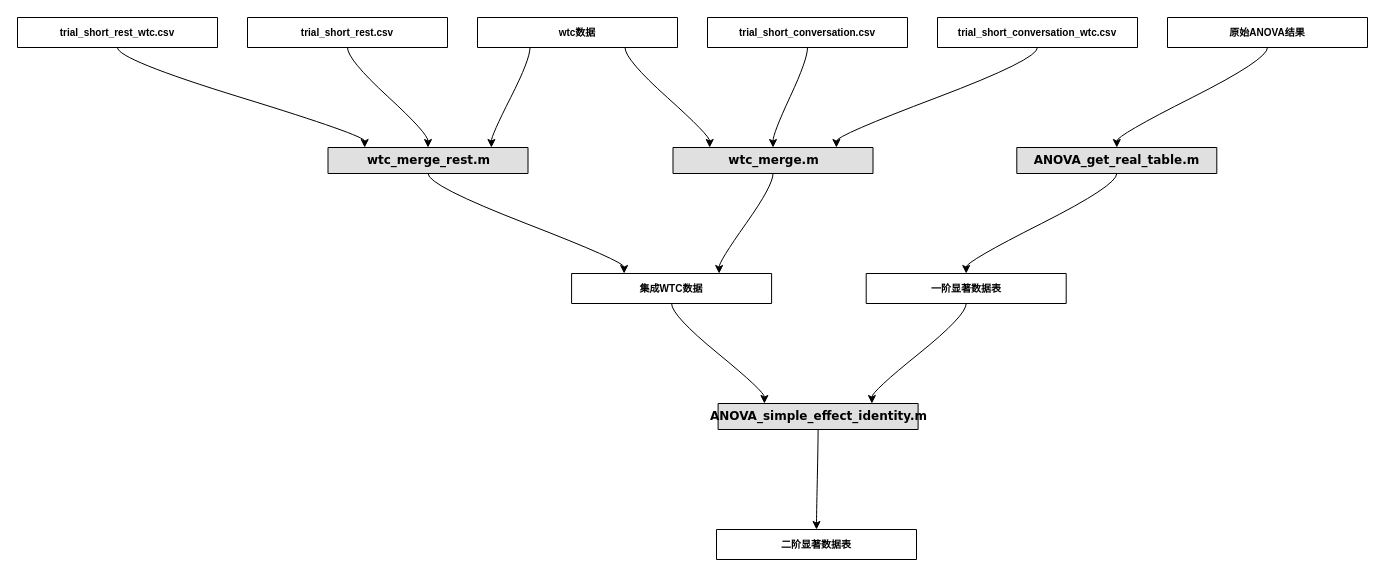
Earlier version of the draw.io diagram Untitled Diagram.drawio (manipulative/_Images). Source tidied: cells renumbered, new cells numbered last; positions are measured from the earlier drawing's top-left corner, leaving out a move shared by most shapes. Both pictures are drawn from the tidied source at 100%, with x=0, y=0 at pixel (17, 17).
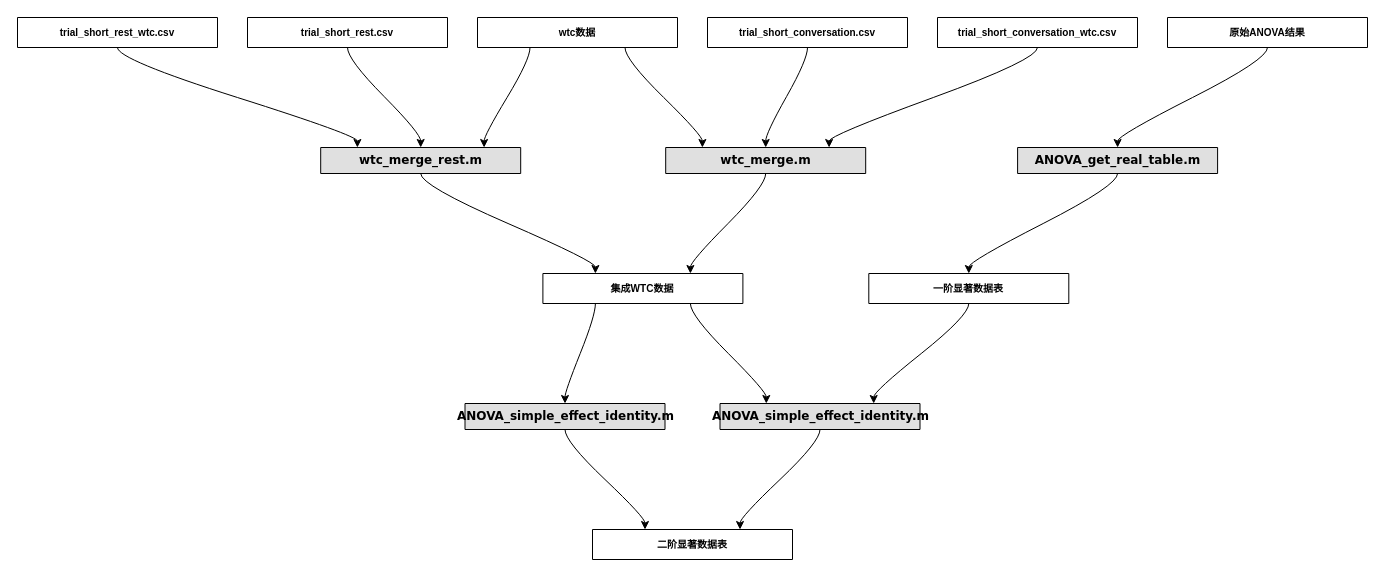
The same diagram, later.

The change refers to these unchanged cells:
```xml
<mxCell id="6" value="wtc数据" style="swimlane;fontStyle=1;horizontal=1;startSize=30;swimlaneLine=1;glass=0;sketch=0;shadow=0;gradientColor=none;swimlaneFillColor=none;whiteSpace=wrap;fontSize=10;html=0;" parent="1" vertex="1" collapsed="1">
  <mxGeometry x="460" width="200" height="30" as="geometry" />
</mxCell>
<mxCell id="8" value="trial_short_rest_wtc.csv" style="swimlane;fontStyle=1;horizontal=1;startSize=30;swimlaneLine=1;glass=0;sketch=0;shadow=0;gradientColor=none;swimlaneFillColor=none;whiteSpace=wrap;fontSize=10;" parent="1" vertex="1" collapsed="1">
  <mxGeometry width="200" height="30" as="geometry" />
</mxCell>
<mxCell id="10" value="trial_short_conversation.csv" style="swimlane;fontStyle=1;horizontal=1;startSize=30;swimlaneLine=1;glass=0;sketch=0;shadow=0;gradientColor=none;swimlaneFillColor=none;whiteSpace=wrap;fontSize=10;html=0;" parent="1" vertex="1" collapsed="1">
  <mxGeometry x="690" width="200" height="30" as="geometry" />
</mxCell>
<mxCell id="12" value="trial_short_rest.csv" style="swimlane;fontStyle=1;horizontal=1;startSize=30;swimlaneLine=1;glass=0;sketch=0;shadow=0;gradientColor=none;swimlaneFillColor=none;whiteSpace=wrap;fontSize=10;html=0;" parent="1" vertex="1" collapsed="1">
  <mxGeometry x="230" width="200" height="30" as="geometry" />
</mxCell>
<mxCell id="14" value="trial_short_conversation_wtc.csv" style="swimlane;fontStyle=1;horizontal=1;startSize=30;swimlaneLine=1;glass=0;sketch=0;shadow=0;gradientColor=none;swimlaneFillColor=none;whiteSpace=wrap;fontSize=10;html=0;" parent="1" vertex="1" collapsed="1">
  <mxGeometry x="920" width="200" height="30" as="geometry" />
</mxCell>
<mxCell id="20" value="原始ANOVA结果" style="swimlane;fontStyle=1;horizontal=1;startSize=30;swimlaneLine=1;glass=0;sketch=0;shadow=0;gradientColor=none;swimlaneFillColor=none;whiteSpace=wrap;fontSize=10;html=0;" parent="1" vertex="1" collapsed="1">
  <mxGeometry x="1150" width="200" height="30" as="geometry" />
</mxCell>
```

Change to the diagram source:
```diff
@@
-    <mxCell id="2" style="edgeStyle=orthogonalEdgeStyle;curved=1;rounded=0;jettySize=auto;html=1;noEdgeStyle=1;orthogonal=1;" parent="1" edge="1" source="3" target="16">
+    <mxCell id="2" style="edgeStyle=orthogonalEdgeStyle;rounded=0;jettySize=auto;html=1;orthogonal=1;elbow=vertical;curved=1;noEdgeStyle=1;" parent="1" edge="1" source="3" target="16">
       <mxGeometry relative="1" as="geometry">
         <Array as="points">
-          <mxPoint x="755.5" y="168" />
-          <mxPoint x="701.6" y="244" />
+          <mxPoint x="748.2" y="168" />
+          <mxPoint x="672.9" y="244" />
         </Array>
       </mxGeometry>
     </mxCell>
     <mxCell id="3" value="&lt;b&gt;wtc_merge.m&lt;/b&gt;" style="swimlane;html=1;fontStyle=0;horizontal=1;startSize=26;fillColor=#e0e0e0;swimlaneFillColor=#ffffff;align=center;rounded=1;shadow=0;comic=0;labelBackgroundColor=none;strokeWidth=1;fontFamily=Verdana;fontSize=12;" parent="1" vertex="1" collapsed="1">
-      <mxGeometry x="655.5" y="130" width="200" height="26" as="geometry" />
+      <mxGeometry x="648.2" y="130" width="200" height="26" as="geometry" />
     </mxCell>
-    <mxCell id="4" style="edgeStyle=orthogonalEdgeStyle;curved=1;rounded=0;jettySize=auto;html=1;noEdgeStyle=1;orthogonal=1;" parent="1" edge="1" source="6" target="18">
+    <mxCell id="4" style="edgeStyle=orthogonalEdgeStyle;rounded=0;jettySize=auto;html=1;orthogonal=1;elbow=vertical;curved=1;noEdgeStyle=1;" parent="1" edge="1" source="6" target="18">
       <mxGeometry relative="1" as="geometry">
         <Array as="points">
           <mxPoint x="512.5" y="42" />
-          <mxPoint x="473.9" y="118" />
+          <mxPoint x="466.6" y="118" />
         </Array>
       </mxGeometry>
     </mxCell>
-    <mxCell id="5" style="edgeStyle=orthogonalEdgeStyle;curved=1;rounded=0;jettySize=auto;html=1;noEdgeStyle=1;orthogonal=1;" parent="1" edge="1" source="6" target="3">
+    <mxCell id="5" style="edgeStyle=orthogonalEdgeStyle;rounded=0;jettySize=auto;html=1;orthogonal=1;elbow=vertical;curved=1;noEdgeStyle=1;" parent="1" edge="1" source="6" target="3">
       <mxGeometry relative="1" as="geometry">
         <Array as="points">
           <mxPoint x="607.5" y="42" />
-          <mxPoint x="692.2" y="118" />
+          <mxPoint x="684.9" y="118" />
         </Array>
       </mxGeometry>
     </mxCell>
@@
-    <mxCell id="7" style="edgeStyle=orthogonalEdgeStyle;curved=1;rounded=0;jettySize=auto;html=1;noEdgeStyle=1;orthogonal=1;" parent="1" edge="1" source="8" target="18">
+    <mxCell id="7" style="edgeStyle=orthogonalEdgeStyle;rounded=0;jettySize=auto;html=1;orthogonal=1;elbow=vertical;curved=1;noEdgeStyle=1;" parent="1" edge="1" source="8" target="18">
       <mxGeometry relative="1" as="geometry">
         <Array as="points">
           <mxPoint x="100" y="42" />
-          <mxPoint x="347.2" y="118" />
+          <mxPoint x="339.9" y="118" />
         </Array>
       </mxGeometry>
     </mxCell>
@@
-    <mxCell id="9" style="edgeStyle=orthogonalEdgeStyle;curved=1;rounded=0;jettySize=auto;html=1;noEdgeStyle=1;orthogonal=1;" parent="1" edge="1" source="10" target="3">
+    <mxCell id="9" style="edgeStyle=orthogonalEdgeStyle;rounded=0;jettySize=auto;html=1;orthogonal=1;elbow=vertical;curved=1;noEdgeStyle=1;" parent="1" edge="1" source="10" target="3">
       <mxGeometry relative="1" as="geometry">
         <Array as="points">
           <mxPoint x="790" y="42" />
-          <mxPoint x="755.5" y="116" />
+          <mxPoint x="748.2" y="116" />
         </Array>
       </mxGeometry>
     </mxCell>
@@
-    <mxCell id="11" style="edgeStyle=orthogonalEdgeStyle;curved=1;rounded=0;jettySize=auto;html=1;noEdgeStyle=1;orthogonal=1;" parent="1" edge="1" source="12" target="18">
+    <mxCell id="11" style="edgeStyle=orthogonalEdgeStyle;rounded=0;jettySize=auto;html=1;orthogonal=1;elbow=vertical;curved=1;noEdgeStyle=1;" parent="1" edge="1" source="12" target="18">
       <mxGeometry relative="1" as="geometry">
         <Array as="points">
           <mxPoint x="330" y="42" />
-          <mxPoint x="410.5" y="116" />
+          <mxPoint x="403.2" y="116" />
         </Array>
       </mxGeometry>
     </mxCell>
@@
-    <mxCell id="13" style="edgeStyle=orthogonalEdgeStyle;curved=1;rounded=0;jettySize=auto;html=1;noEdgeStyle=1;orthogonal=1;" parent="1" edge="1" source="14" target="3">
+    <mxCell id="13" style="edgeStyle=orthogonalEdgeStyle;rounded=0;jettySize=auto;html=1;orthogonal=1;elbow=vertical;curved=1;noEdgeStyle=1;" parent="1" edge="1" source="14" target="3">
       <mxGeometry relative="1" as="geometry">
         <Array as="points">
           <mxPoint x="1020" y="42" />
-          <mxPoint x="818.9" y="118" />
+          <mxPoint x="811.6" y="118" />
         </Array>
       </mxGeometry>
     </mxCell>
@@
-    <mxCell id="15" style="edgeStyle=orthogonalEdgeStyle;curved=1;rounded=0;jettySize=auto;html=1;noEdgeStyle=1;orthogonal=1;" parent="1" edge="1" source="16" target="24">
+    <mxCell id="15" style="edgeStyle=orthogonalEdgeStyle;rounded=0;jettySize=auto;html=1;orthogonal=1;elbow=vertical;curved=1;noEdgeStyle=1;" parent="1" edge="1" source="16" target="24">
       <mxGeometry relative="1" as="geometry">
         <Array as="points">
-          <mxPoint x="654.1" y="298" />
-          <mxPoint x="746.9" y="374" />
+          <mxPoint x="672.9" y="298" />
+          <mxPoint x="748.8" y="374" />
         </Array>
       </mxGeometry>
     </mxCell>
+    <mxCell id="28" style="edgeStyle=orthogonalEdgeStyle;rounded=0;jettySize=auto;html=1;orthogonal=1;elbow=vertical;curved=1;noEdgeStyle=1;" parent="1" edge="1" source="16" target="30">
+      <mxGeometry relative="1" as="geometry">
+        <Array as="points">
+          <mxPoint x="577.9" y="298" />
+          <mxPoint x="547.5" y="374" />
+        </Array>
+      </mxGeometry>
+    </mxCell>
     <mxCell id="16" value="集成WTC数据" style="swimlane;fontStyle=1;horizontal=1;startSize=30;swimlaneLine=1;glass=0;sketch=0;shadow=0;gradientColor=none;swimlaneFillColor=none;whiteSpace=wrap;fontSize=10;html=0;" parent="1" vertex="1" collapsed="1">
-      <mxGeometry x="554.1" y="256" width="200" height="30" as="geometry" />
+      <mxGeometry x="525.4" y="256" width="200" height="30" as="geometry" />
     </mxCell>
-    <mxCell id="17" style="edgeStyle=orthogonalEdgeStyle;curved=1;rounded=0;jettySize=auto;html=1;noEdgeStyle=1;orthogonal=1;" parent="1" edge="1" source="18" target="16">
+    <mxCell id="17" style="edgeStyle=orthogonalEdgeStyle;rounded=0;jettySize=auto;html=1;orthogonal=1;elbow=vertical;curved=1;noEdgeStyle=1;" parent="1" edge="1" source="18" target="16">
       <mxGeometry relative="1" as="geometry">
         <Array as="points">
-          <mxPoint x="410.5" y="168" />
-          <mxPoint x="606.6" y="244" />
+          <mxPoint x="403.2" y="168" />
+          <mxPoint x="577.9" y="244" />
         </Array>
       </mxGeometry>
     </mxCell>
     <mxCell id="18" value="&lt;b&gt;wtc_merge_rest.m&lt;/b&gt;" style="swimlane;html=1;fontStyle=0;horizontal=1;startSize=26;fillColor=#e0e0e0;swimlaneFillColor=#ffffff;align=center;rounded=1;shadow=0;comic=0;labelBackgroundColor=none;strokeWidth=1;fontFamily=Verdana;fontSize=12;" parent="1" vertex="1" collapsed="1">
-      <mxGeometry x="310.5" y="130" width="200" height="26" as="geometry" />
+      <mxGeometry x="303.2" y="130" width="200" height="26" as="geometry" />
     </mxCell>
-    <mxCell id="19" style="edgeStyle=orthogonalEdgeStyle;curved=1;rounded=0;jettySize=auto;html=1;noEdgeStyle=1;orthogonal=1;" parent="1" edge="1" source="20" target="22">
+    <mxCell id="19" style="edgeStyle=orthogonalEdgeStyle;rounded=0;jettySize=auto;html=1;orthogonal=1;elbow=vertical;curved=1;noEdgeStyle=1;" parent="1" edge="1" source="20" target="22">
       <mxGeometry relative="1" as="geometry">
         <Array as="points">
           <mxPoint x="1250" y="42" />
-          <mxPoint x="1099.3" y="118" />
+          <mxPoint x="1100.1" y="118" />
         </Array>
       </mxGeometry>
     </mxCell>
@@
-    <mxCell id="21" style="edgeStyle=orthogonalEdgeStyle;curved=1;rounded=0;jettySize=auto;html=1;noEdgeStyle=1;orthogonal=1;" parent="1" edge="1" source="22" target="26">
+    <mxCell id="21" style="edgeStyle=orthogonalEdgeStyle;rounded=0;jettySize=auto;html=1;orthogonal=1;elbow=vertical;curved=1;noEdgeStyle=1;" parent="1" edge="1" source="22" target="26">
       <mxGeometry relative="1" as="geometry">
         <Array as="points">
-          <mxPoint x="1099.3" y="168" />
-          <mxPoint x="948.7" y="244" />
+          <mxPoint x="1100.1" y="168" />
+          <mxPoint x="951.3" y="244" />
         </Array>
       </mxGeometry>
     </mxCell>
     <mxCell id="22" value="&lt;b&gt;ANOVA_get_real_table.m&lt;/b&gt;" style="swimlane;html=1;fontStyle=0;horizontal=1;startSize=26;fillColor=#e0e0e0;swimlaneFillColor=#ffffff;align=center;rounded=1;shadow=0;comic=0;labelBackgroundColor=none;strokeWidth=1;fontFamily=Verdana;fontSize=12;" parent="1" vertex="1" collapsed="1">
-      <mxGeometry x="999.3" y="130" width="200" height="26" as="geometry" />
+      <mxGeometry x="1000.1" y="130" width="200" height="26" as="geometry" />
     </mxCell>
-    <mxCell id="23" style="edgeStyle=orthogonalEdgeStyle;curved=1;rounded=0;jettySize=auto;html=1;noEdgeStyle=1;orthogonal=1;" parent="1" edge="1" source="24" target="27">
+    <mxCell id="23" style="edgeStyle=orthogonalEdgeStyle;rounded=0;jettySize=auto;html=1;orthogonal=1;elbow=vertical;curved=1;noEdgeStyle=1;" parent="1" edge="1" source="24" target="27">
       <mxGeometry relative="1" as="geometry">
         <Array as="points">
-          <mxPoint x="800.6" y="424" />
-          <mxPoint x="799" y="500" />
+          <mxPoint x="802.5" y="424" />
+          <mxPoint x="722.5" y="500" />
         </Array>
       </mxGeometry>
     </mxCell>
     <mxCell id="24" value="&lt;b&gt;ANOVA_simple_effect_identity.m&lt;/b&gt;" style="swimlane;html=1;fontStyle=0;horizontal=1;startSize=26;fillColor=#e0e0e0;swimlaneFillColor=#ffffff;align=center;rounded=1;shadow=0;comic=0;labelBackgroundColor=none;strokeWidth=1;fontFamily=Verdana;fontSize=12;" parent="1" vertex="1" collapsed="1">
-      <mxGeometry x="700.6" y="386" width="200" height="26" as="geometry" />
+      <mxGeometry x="702.5" y="386" width="200" height="26" as="geometry" />
     </mxCell>
-    <mxCell id="25" style="edgeStyle=orthogonalEdgeStyle;curved=1;rounded=0;jettySize=auto;html=1;noEdgeStyle=1;orthogonal=1;" parent="1" edge="1" source="26" target="24">
+    <mxCell id="25" style="edgeStyle=orthogonalEdgeStyle;rounded=0;jettySize=auto;html=1;orthogonal=1;elbow=vertical;curved=1;noEdgeStyle=1;" parent="1" edge="1" source="26" target="24">
       <mxGeometry relative="1" as="geometry">
         <Array as="points">
-          <mxPoint x="948.7" y="298" />
-          <mxPoint x="854.4" y="374" />
+          <mxPoint x="951.3" y="298" />
+          <mxPoint x="856.2" y="374" />
         </Array>
       </mxGeometry>
     </mxCell>
     <mxCell id="26" value="一阶显著数据表" style="swimlane;fontStyle=1;horizontal=1;startSize=30;swimlaneLine=1;glass=0;sketch=0;shadow=0;gradientColor=none;swimlaneFillColor=none;whiteSpace=wrap;fontSize=10;html=0;" parent="1" vertex="1" collapsed="1">
-      <mxGeometry x="848.7" y="256" width="200" height="30" as="geometry" />
+      <mxGeometry x="851.3" y="256" width="200" height="30" as="geometry" />
     </mxCell>
     <mxCell id="27" value="二阶显著数据表" style="swimlane;fontStyle=1;horizontal=1;startSize=30;swimlaneLine=1;glass=0;sketch=0;shadow=0;gradientColor=none;swimlaneFillColor=none;whiteSpace=wrap;fontSize=10;html=0;" parent="1" vertex="1" collapsed="1">
-      <mxGeometry x="699" y="512" width="200" height="30" as="geometry" />
+      <mxGeometry x="575" y="512" width="200" height="30" as="geometry" />
     </mxCell>
+    <mxCell id="29" style="edgeStyle=orthogonalEdgeStyle;rounded=0;jettySize=auto;html=1;orthogonal=1;elbow=vertical;curved=1;noEdgeStyle=1;" parent="1" edge="1" source="30" target="27">
+      <mxGeometry relative="1" as="geometry">
+        <Array as="points">
+          <mxPoint x="547.5" y="424" />
+          <mxPoint x="627.5" y="500" />
+        </Array>
+      </mxGeometry>
+    </mxCell>
+    <mxCell id="30" value="&lt;b&gt;ANOVA_simple_effect_identity.m&lt;/b&gt;" style="swimlane;html=1;fontStyle=0;horizontal=1;startSize=26;fillColor=#e0e0e0;swimlaneFillColor=#ffffff;align=center;rounded=1;shadow=0;comic=0;labelBackgroundColor=none;strokeWidth=1;fontFamily=Verdana;fontSize=12;" parent="1" vertex="1" collapsed="1">
+      <mxGeometry x="447.5" y="386" width="200" height="26" as="geometry" />
+    </mxCell>
```
